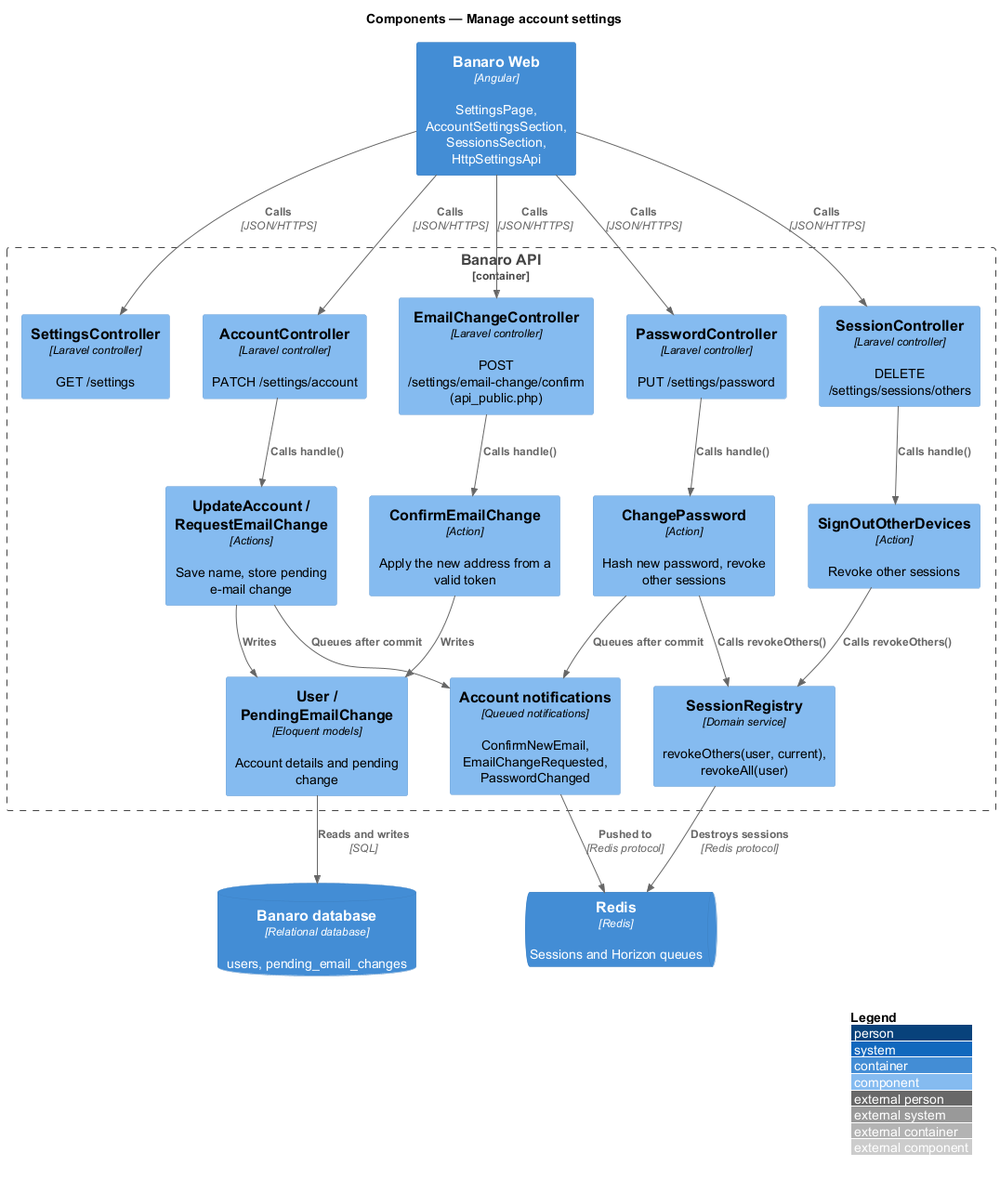
This is docs/detailed-designs/settings/manage-account-settings/diagrams/c4-component.png from QuinntyneBrown/banaro, a PlantUML export, as it was before one commit. Source of this version:
```plantuml
@startuml
!include <C4/C4_Component>
LAYOUT_WITH_LEGEND()
title Components — Manage account settings

Container(web, "Banaro Web", "Angular", "SettingsPage, AccountSettingsSection, SessionsSection, HttpSettingsApi")
ContainerDb(db, "Banaro database", "Relational database", "users, pending_email_changes")
ContainerQueue(redis, "Redis", "Redis", "Sessions and Horizon queues")

Container_Boundary(api, "Banaro API") {
  Component(settings, "SettingsController", "Laravel controller", "GET /settings")
  Component(account, "AccountController", "Laravel controller", "PATCH /settings/account")
  Component(emailChange, "EmailChangeController", "Laravel controller", "POST /settings/email-change/confirm (api_public.php)")
  Component(password, "PasswordController", "Laravel controller", "PUT /settings/password")
  Component(sessionsCtrl, "SessionController", "Laravel controller", "DELETE /settings/sessions/others")
  Component(update, "UpdateAccount / RequestEmailChange", "Actions", "Save name, store pending e-mail change")
  Component(confirm, "ConfirmEmailChange", "Action", "Apply the new address from a valid token")
  Component(change, "ChangePassword", "Action", "Hash new password, revoke other sessions")
  Component(signOut, "SignOutOtherDevices", "Action", "Revoke other sessions")
  Component(registry, "SessionRegistry", "Domain service", "revokeOthers(user, current), revokeAll(user)")
  Component(models, "User / PendingEmailChange", "Eloquent models", "Account details and pending change")
  Component(notify, "Account notifications", "Queued notifications", "ConfirmNewEmail, EmailChangeRequested, PasswordChanged")
}

Rel(web, settings, "Calls", "JSON/HTTPS")
Rel(web, account, "Calls", "JSON/HTTPS")
Rel(web, emailChange, "Calls", "JSON/HTTPS")
Rel(web, password, "Calls", "JSON/HTTPS")
Rel(web, sessionsCtrl, "Calls", "JSON/HTTPS")
Rel(account, update, "Calls handle()")
Rel(emailChange, confirm, "Calls handle()")
Rel(password, change, "Calls handle()")
Rel(sessionsCtrl, signOut, "Calls handle()")
Rel(change, registry, "Calls revokeOthers()")
Rel(signOut, registry, "Calls revokeOthers()")
Rel(update, models, "Writes")
Rel(confirm, models, "Writes")
Rel(update, notify, "Queues after commit")
Rel(change, notify, "Queues after commit")
Rel(models, db, "Reads and writes", "SQL")
Rel(registry, redis, "Destroys sessions", "Redis protocol")
Rel(notify, redis, "Pushed to", "Redis protocol")
@enduml
```
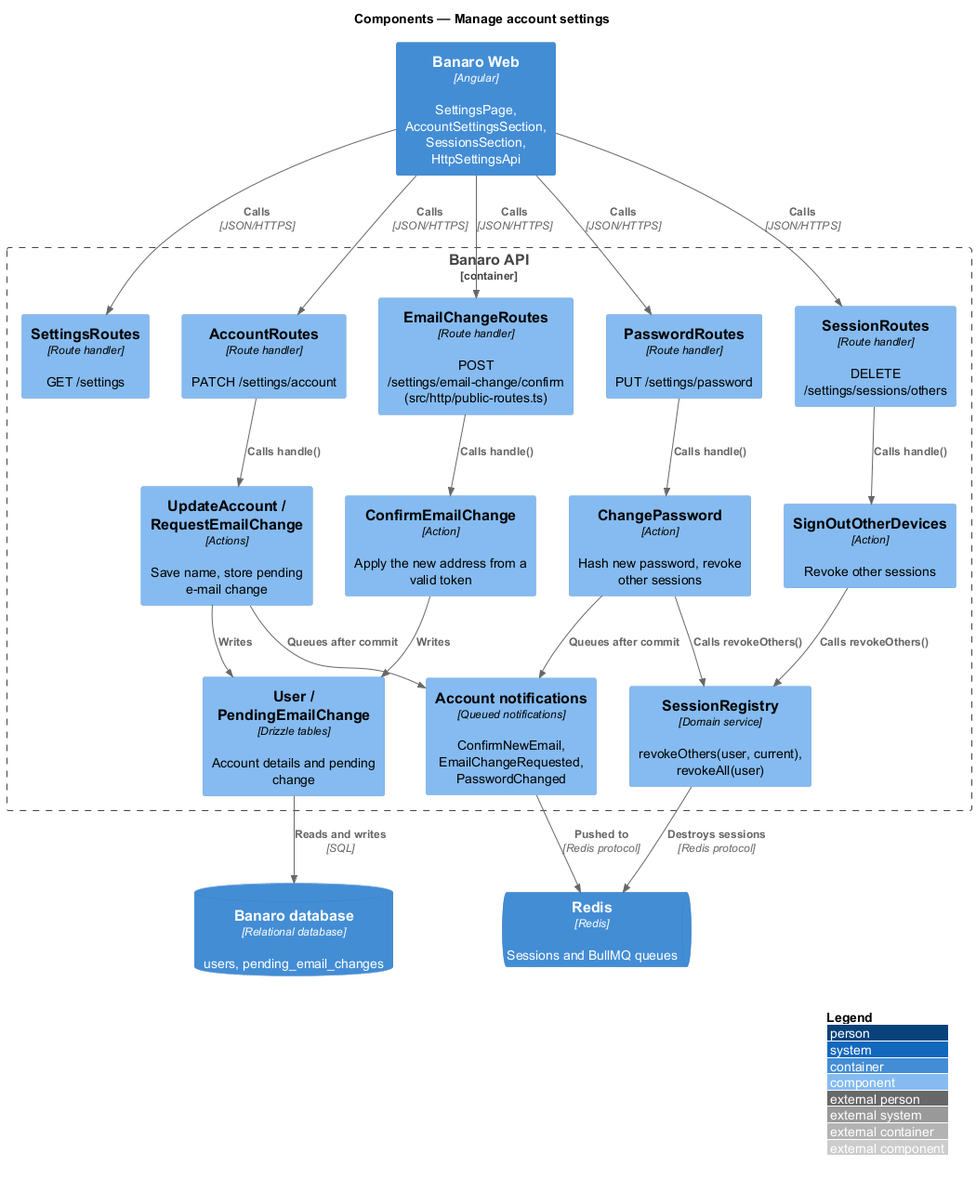
The same diagram one commit later.

Change to the diagram source:
```diff
@@ -5,20 +5,20 @@
 
 Container(web, "Banaro Web", "Angular", "SettingsPage, AccountSettingsSection, SessionsSection, HttpSettingsApi")
 ContainerDb(db, "Banaro database", "Relational database", "users, pending_email_changes")
-ContainerQueue(redis, "Redis", "Redis", "Sessions and Horizon queues")
+ContainerQueue(redis, "Redis", "Redis", "Sessions and BullMQ queues")
 
 Container_Boundary(api, "Banaro API") {
-  Component(settings, "SettingsController", "Laravel controller", "GET /settings")
-  Component(account, "AccountController", "Laravel controller", "PATCH /settings/account")
-  Component(emailChange, "EmailChangeController", "Laravel controller", "POST /settings/email-change/confirm (api_public.php)")
-  Component(password, "PasswordController", "Laravel controller", "PUT /settings/password")
-  Component(sessionsCtrl, "SessionController", "Laravel controller", "DELETE /settings/sessions/others")
+  Component(settings, "SettingsRoutes", "Route handler", "GET /settings")
+  Component(account, "AccountRoutes", "Route handler", "PATCH /settings/account")
+  Component(emailChange, "EmailChangeRoutes", "Route handler", "POST /settings/email-change/confirm (src/http/public-routes.ts)")
+  Component(password, "PasswordRoutes", "Route handler", "PUT /settings/password")
+  Component(sessionsCtrl, "SessionRoutes", "Route handler", "DELETE /settings/sessions/others")
   Component(update, "UpdateAccount / RequestEmailChange", "Actions", "Save name, store pending e-mail change")
   Component(confirm, "ConfirmEmailChange", "Action", "Apply the new address from a valid token")
   Component(change, "ChangePassword", "Action", "Hash new password, revoke other sessions")
   Component(signOut, "SignOutOtherDevices", "Action", "Revoke other sessions")
   Component(registry, "SessionRegistry", "Domain service", "revokeOthers(user, current), revokeAll(user)")
-  Component(models, "User / PendingEmailChange", "Eloquent models", "Account details and pending change")
+  Component(models, "User / PendingEmailChange", "Drizzle tables", "Account details and pending change")
   Component(notify, "Account notifications", "Queued notifications", "ConfirmNewEmail, EmailChangeRequested, PasswordChanged")
 }
 
```
